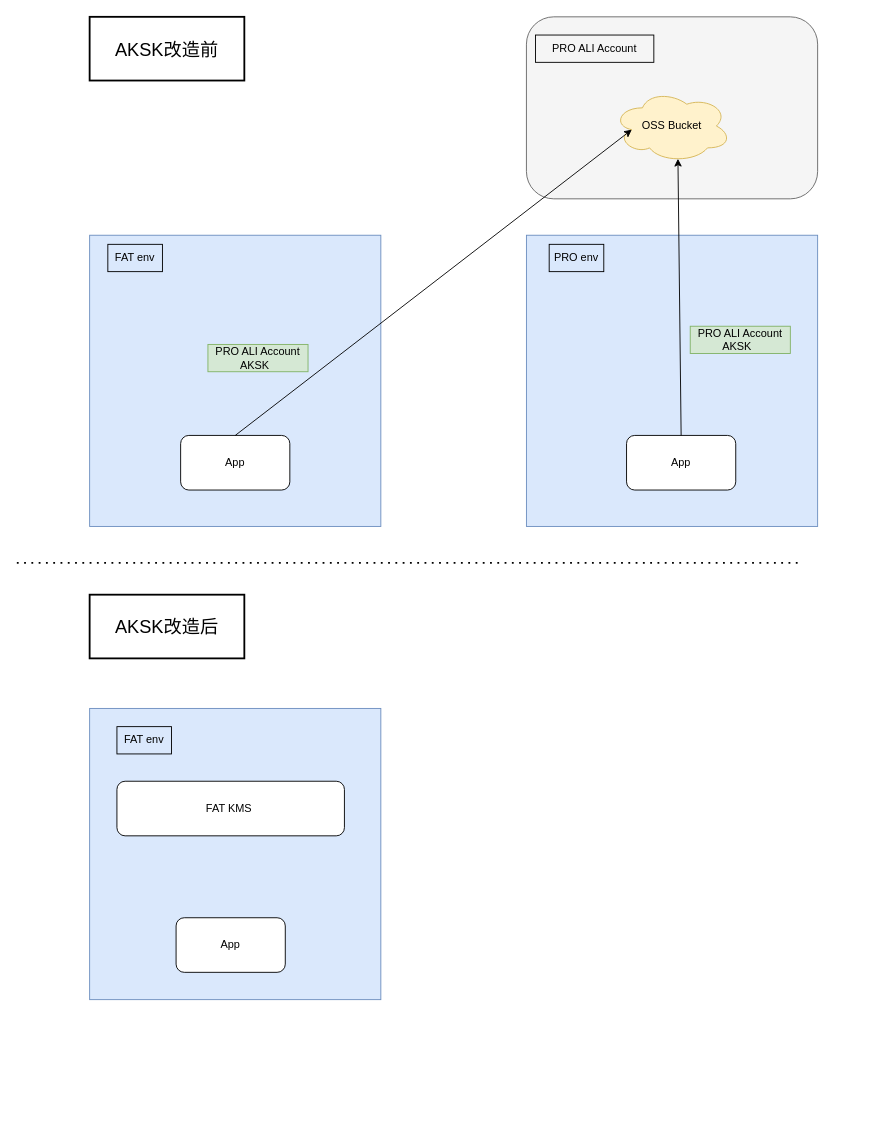
Above: page "1-problem-statement" (1 of 2) of oss-aksk.drawio in YanshanSong/draw.io (draw.io), before the change. Source tidied: cells renumbered, new cells numbered last; positions are measured from the earlier drawing's top-left corner, leaving out a move shared by most shapes. Both pictures are drawn from the tidied source at 91%, with x=0, y=0 at pixel (16, 16).
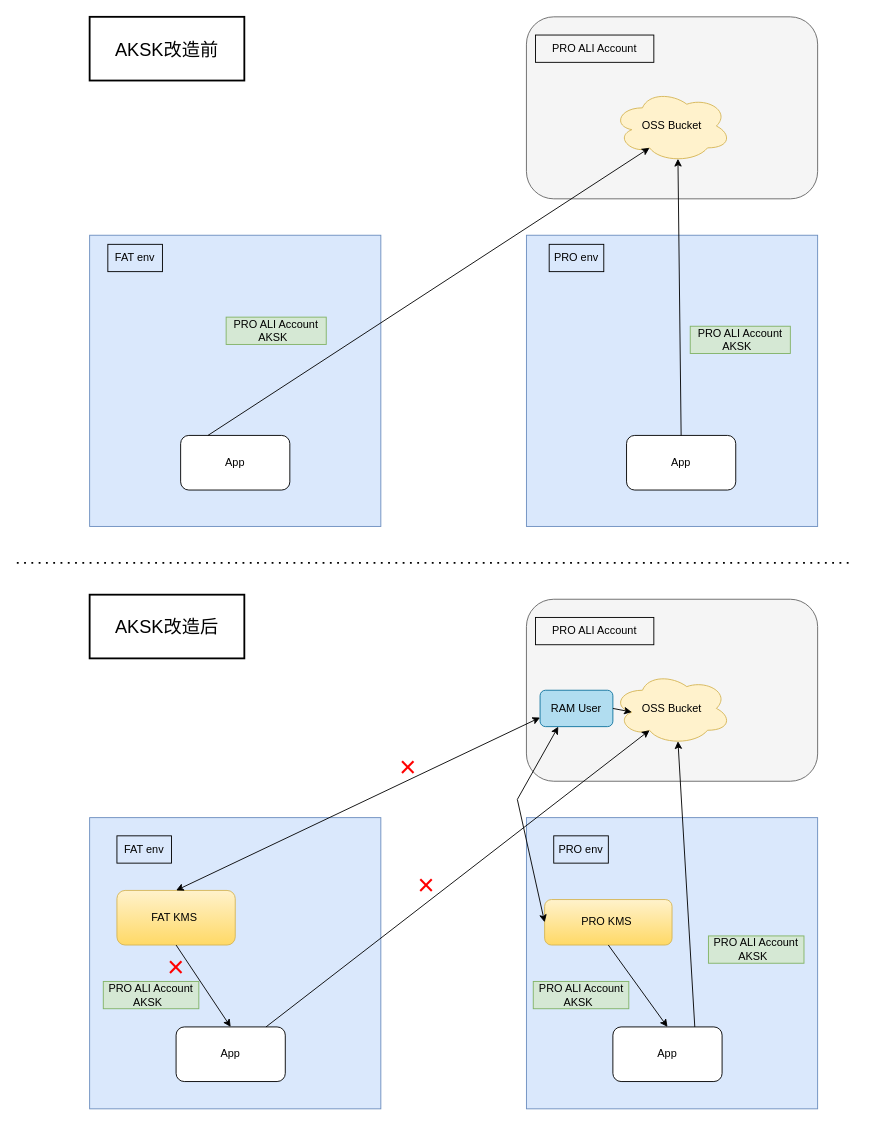
Above is the later version.

The change refers to these unchanged cells:
```xml
<mxCell id="4" value="App" style="rounded=1;whiteSpace=wrap;html=1;" parent="1" vertex="1">
  <mxGeometry x="180" y="460" width="120" height="60" as="geometry" />
</mxCell>
```

What changed in the source:
```diff
@@
-    <mxCell id="8" style="rounded=1;whiteSpace=wrap;html=1;fillColor=#f5f5f5;strokeColor=#666666;fontColor=#333333;" parent="1" vertex="1">
-      <mxGeometry x="560" width="320" height="200" as="geometry" />
-    </mxCell>
-    <mxCell id="9" value="PRO ALI Account" style="text;html=1;align=center;verticalAlign=middle;whiteSpace=wrap;rounded=0;strokeColor=default;" parent="1" vertex="1">
-      <mxGeometry x="570" y="20" width="130" height="30" as="geometry" />
-    </mxCell>
-    <mxCell id="10" value="OSS Bucket" style="ellipse;shape=cloud;whiteSpace=wrap;html=1;fillColor=#fff2cc;strokeColor=#d6b656;" parent="1" vertex="1">
-      <mxGeometry x="655" y="80" width="130" height="80" as="geometry" />
-    </mxCell>
     <mxCell id="11" value="PRO ALI Account&lt;div&gt;AKSK&amp;nbsp;&amp;nbsp;&lt;/div&gt;" style="text;html=1;align=center;verticalAlign=middle;whiteSpace=wrap;rounded=0;fillColor=#d5e8d4;strokeColor=#82b366;" parent="1" vertex="1">
-      <mxGeometry x="210" y="360" width="110" height="30" as="geometry" />
+      <mxGeometry x="230" y="330" width="110" height="30" as="geometry" />
     </mxCell>
@@
     <mxCell id="14" style="endArrow=none;dashed=1;html=1;dashPattern=1 3;strokeWidth=2;rounded=0;" parent="1" edge="1">
       <mxGeometry relative="1" as="geometry">
         <mxPoint y="600" as="sourcePoint" />
-        <mxPoint x="860" y="600" as="targetPoint" />
+        <mxPoint x="920" y="600" as="targetPoint" />
       </mxGeometry>
     </mxCell>
@@
+    <mxCell id="22" style="group;" parent="1" vertex="1">
+      <mxGeometry x="80" y="880" width="320" height="320" as="geometry" />
+    </mxCell>
-    <mxCell id="16" style="rounded=0;whiteSpace=wrap;html=1;fillColor=#dae8fc;strokeColor=#6c8ebf;" parent="1" vertex="1">
-      <mxGeometry x="80" y="760" width="320" height="320" as="geometry" />
+    <mxCell id="16" style="rounded=0;whiteSpace=wrap;html=1;fillColor=#dae8fc;strokeColor=#6c8ebf;" parent="22" vertex="1">
+      <mxGeometry width="320" height="320" as="geometry" />
     </mxCell>
-    <mxCell id="17" value="FAT env" style="text;html=1;align=center;verticalAlign=middle;whiteSpace=wrap;rounded=0;strokeColor=default;" parent="1" vertex="1">
-      <mxGeometry x="110" y="780" width="60" height="30" as="geometry" />
+    <mxCell id="17" value="FAT env" style="text;html=1;align=center;verticalAlign=middle;whiteSpace=wrap;rounded=0;strokeColor=default;" parent="22" vertex="1">
+      <mxGeometry x="30" y="20" width="60" height="30" as="geometry" />
     </mxCell>
-    <mxCell id="18" value="FAT KMS&amp;nbsp;" style="rounded=1;whiteSpace=wrap;html=1;" parent="1" vertex="1">
-      <mxGeometry x="110" y="840" width="250" height="60" as="geometry" />
+    <mxCell id="18" value="FAT KMS&amp;nbsp;" style="rounded=1;whiteSpace=wrap;html=1;fillColor=#fff2cc;strokeColor=#d6b656;gradientColor=#ffd966;" parent="22" vertex="1">
+      <mxGeometry x="30" y="80" width="130" height="60" as="geometry" />
     </mxCell>
-    <mxCell id="19" value="App" style="rounded=1;whiteSpace=wrap;html=1;" parent="1" vertex="1">
-      <mxGeometry x="175" y="990" width="120" height="60" as="geometry" />
+    <mxCell id="19" value="App" style="rounded=1;whiteSpace=wrap;html=1;" parent="22" vertex="1">
+      <mxGeometry x="95" y="230" width="120" height="60" as="geometry" />
     </mxCell>
+    <mxCell id="23" style="endArrow=classic;html=1;rounded=0;exitX=0.5;exitY=1;exitDx=0;exitDy=0;entryX=0.5;entryY=0;entryDx=0;entryDy=0;" parent="22" edge="1" source="18" target="19">
+      <mxGeometry relative="1" as="geometry" />
+    </mxCell>
+    <mxCell id="24" value="&lt;font color=&quot;#ff0000&quot; style=&quot;font-size: 32px;&quot;&gt;×&lt;/font&gt;" style="text;html=1;align=center;verticalAlign=middle;whiteSpace=wrap;rounded=0;" parent="22" vertex="1">
+      <mxGeometry x="65" y="150" width="60" height="30" as="geometry" />
+    </mxCell>
+    <mxCell id="25" value="PRO ALI Account&lt;div&gt;AKSK&amp;nbsp;&amp;nbsp;&lt;/div&gt;" style="text;html=1;align=center;verticalAlign=middle;whiteSpace=wrap;rounded=0;fillColor=#d5e8d4;strokeColor=#82b366;" parent="22" vertex="1">
+      <mxGeometry x="15" y="180" width="105" height="30" as="geometry" />
+    </mxCell>
+    <mxCell id="26" style="group;" parent="1" vertex="1">
+      <mxGeometry x="560" width="320" height="200" as="geometry" />
+    </mxCell>
+    <mxCell id="8" style="rounded=1;whiteSpace=wrap;html=1;fillColor=#f5f5f5;strokeColor=#666666;fontColor=#333333;" parent="26" vertex="1">
+      <mxGeometry width="320" height="200" as="geometry" />
+    </mxCell>
+    <mxCell id="9" value="PRO ALI Account" style="text;html=1;align=center;verticalAlign=middle;whiteSpace=wrap;rounded=0;strokeColor=default;" parent="26" vertex="1">
+      <mxGeometry x="10" y="20" width="130" height="30" as="geometry" />
+    </mxCell>
+    <mxCell id="10" value="OSS Bucket" style="ellipse;shape=cloud;whiteSpace=wrap;html=1;fillColor=#fff2cc;strokeColor=#d6b656;" parent="26" vertex="1">
+      <mxGeometry x="95" y="80" width="130" height="80" as="geometry" />
+    </mxCell>
+    <mxCell id="27" style="group;" parent="1" vertex="1">
+      <mxGeometry x="560" y="640" width="320" height="200" as="geometry" />
+    </mxCell>
+    <mxCell id="28" style="rounded=1;whiteSpace=wrap;html=1;fillColor=#f5f5f5;strokeColor=#666666;fontColor=#333333;" parent="27" vertex="1">
+      <mxGeometry width="320" height="200" as="geometry" />
+    </mxCell>
+    <mxCell id="29" value="PRO ALI Account" style="text;html=1;align=center;verticalAlign=middle;whiteSpace=wrap;rounded=0;strokeColor=default;" parent="27" vertex="1">
+      <mxGeometry x="10" y="20" width="130" height="30" as="geometry" />
+    </mxCell>
+    <mxCell id="30" value="OSS Bucket" style="ellipse;shape=cloud;whiteSpace=wrap;html=1;fillColor=#fff2cc;strokeColor=#d6b656;" parent="27" vertex="1">
+      <mxGeometry x="95" y="80" width="130" height="80" as="geometry" />
+    </mxCell>
+    <mxCell id="31" value="RAM User" style="rounded=1;whiteSpace=wrap;html=1;fillColor=#b1ddf0;strokeColor=#10739e;" parent="27" vertex="1">
+      <mxGeometry x="15" y="100" width="80" height="40" as="geometry" />
+    </mxCell>
+    <mxCell id="32" style="endArrow=classic;html=1;rounded=0;exitX=1;exitY=0.5;exitDx=0;exitDy=0;entryX=0.16;entryY=0.55;entryDx=0;entryDy=0;entryPerimeter=0;" parent="27" edge="1" source="31" target="30">
+      <mxGeometry relative="1" as="geometry" />
+    </mxCell>
+    <mxCell id="33" style="group;" parent="1" vertex="1">
+      <mxGeometry x="560" y="880" width="320" height="320" as="geometry" />
+    </mxCell>
+    <mxCell id="34" style="rounded=0;whiteSpace=wrap;html=1;fillColor=#dae8fc;strokeColor=#6c8ebf;" parent="33" vertex="1">
+      <mxGeometry width="320" height="320" as="geometry" />
+    </mxCell>
+    <mxCell id="35" value="PRO env" style="text;html=1;align=center;verticalAlign=middle;whiteSpace=wrap;rounded=0;strokeColor=default;" parent="33" vertex="1">
+      <mxGeometry x="30" y="20" width="60" height="30" as="geometry" />
+    </mxCell>
+    <mxCell id="36" value="PRO KMS&amp;nbsp;" style="rounded=1;whiteSpace=wrap;html=1;fillColor=#fff2cc;strokeColor=#d6b656;gradientColor=#ffd966;" parent="33" vertex="1">
+      <mxGeometry x="20" y="90" width="140" height="50" as="geometry" />
+    </mxCell>
+    <mxCell id="37" value="App" style="rounded=1;whiteSpace=wrap;html=1;" parent="33" vertex="1">
+      <mxGeometry x="95" y="230" width="120" height="60" as="geometry" />
+    </mxCell>
+    <mxCell id="38" style="endArrow=classic;html=1;rounded=0;exitX=0.5;exitY=1;exitDx=0;exitDy=0;entryX=0.5;entryY=0;entryDx=0;entryDy=0;" parent="33" edge="1" source="36" target="37">
+      <mxGeometry relative="1" as="geometry" />
+    </mxCell>
+    <mxCell id="39" value="PRO ALI Account&lt;div&gt;AKSK&amp;nbsp;&amp;nbsp;&lt;/div&gt;" style="text;html=1;align=center;verticalAlign=middle;whiteSpace=wrap;rounded=0;fillColor=#d5e8d4;strokeColor=#82b366;" parent="33" vertex="1">
+      <mxGeometry x="7.5" y="180" width="105" height="30" as="geometry" />
+    </mxCell>
+    <mxCell id="40" value="PRO ALI Account&lt;div&gt;AKSK&amp;nbsp;&amp;nbsp;&lt;/div&gt;" style="text;html=1;align=center;verticalAlign=middle;whiteSpace=wrap;rounded=0;fillColor=#d5e8d4;strokeColor=#82b366;" parent="33" vertex="1">
+      <mxGeometry x="200" y="130" width="105" height="30" as="geometry" />
+    </mxCell>
+    <mxCell id="41" style="endArrow=classic;html=1;rounded=0;exitX=0.75;exitY=0;exitDx=0;exitDy=0;entryX=0.55;entryY=0.95;entryDx=0;entryDy=0;entryPerimeter=0;" parent="1" edge="1" source="37" target="30">
+      <mxGeometry relative="1" as="geometry" />
+    </mxCell>
+    <mxCell id="42" style="endArrow=classic;startArrow=classic;html=1;rounded=0;exitX=0;exitY=0.5;exitDx=0;exitDy=0;entryX=0.25;entryY=1;entryDx=0;entryDy=0;" parent="1" edge="1" source="36" target="31">
+      <mxGeometry relative="1" as="geometry">
+        <Array as="points">
+          <mxPoint x="550" y="860" />
+        </Array>
+      </mxGeometry>
+    </mxCell>
+    <mxCell id="43" style="endArrow=classic;startArrow=classic;html=1;rounded=0;exitX=0.5;exitY=0;exitDx=0;exitDy=0;entryX=0;entryY=0.75;entryDx=0;entryDy=0;" parent="1" edge="1" source="18" target="31">
+      <mxGeometry relative="1" as="geometry" />
+    </mxCell>
+    <mxCell id="44" value="&lt;font color=&quot;#ff0000&quot; style=&quot;font-size: 32px;&quot;&gt;×&lt;/font&gt;" style="text;html=1;align=center;verticalAlign=middle;whiteSpace=wrap;rounded=0;" parent="1" vertex="1">
+      <mxGeometry x="400" y="810" width="60" height="30" as="geometry" />
+    </mxCell>
+    <mxCell id="45" style="endArrow=classic;html=1;rounded=0;entryX=0.31;entryY=0.8;entryDx=0;entryDy=0;entryPerimeter=0;" parent="1" edge="1" source="19" target="30">
+      <mxGeometry relative="1" as="geometry" />
+    </mxCell>
+    <mxCell id="46" value="&lt;font color=&quot;#ff0000&quot; style=&quot;font-size: 32px;&quot;&gt;×&lt;/font&gt;" style="text;html=1;align=center;verticalAlign=middle;whiteSpace=wrap;rounded=0;" parent="1" vertex="1">
+      <mxGeometry x="420" y="940" width="60" height="30" as="geometry" />
+    </mxCell>
-    <mxCell id="20" style="endArrow=classic;html=1;rounded=0;exitX=0.5;exitY=0;exitDx=0;exitDy=0;entryX=0.16;entryY=0.55;entryDx=0;entryDy=0;entryPerimeter=0;" parent="1" edge="1" source="4" target="10">
+    <mxCell id="20" style="endArrow=classic;html=1;rounded=0;exitX=0.25;exitY=0;exitDx=0;exitDy=0;entryX=0.31;entryY=0.8;entryDx=0;entryDy=0;entryPerimeter=0;" parent="1" edge="1" source="4" target="10">
       <mxGeometry relative="1" as="geometry" />
     </mxCell>
```
